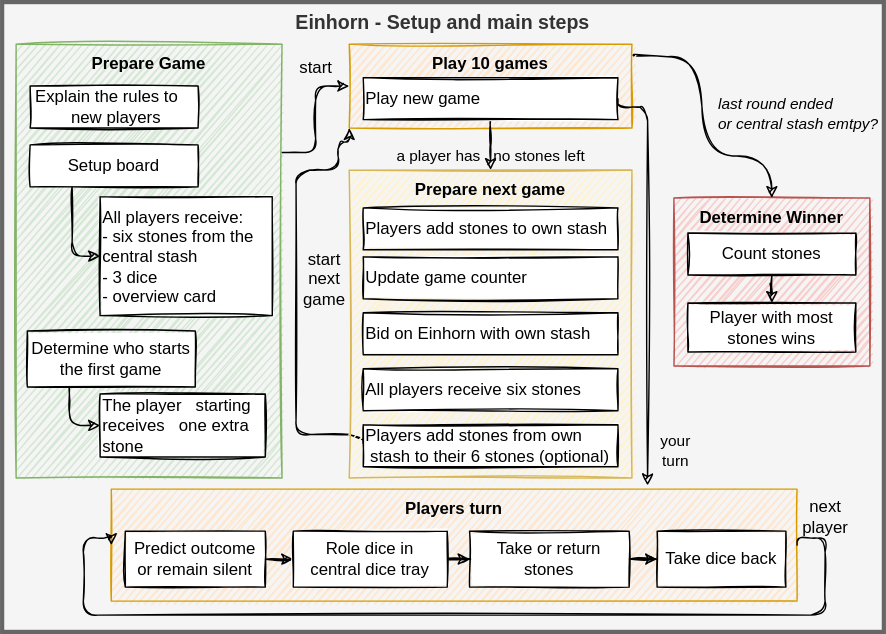
Above: make/games/wuerfeln.drawio.svg in sonj4ev4/FullByte.github.io (draw.io), before the change. Source tidied: cells renumbered, new cells last; positions are measured from the earlier drawing's top-left corner, leaving out a move shared by most shapes.
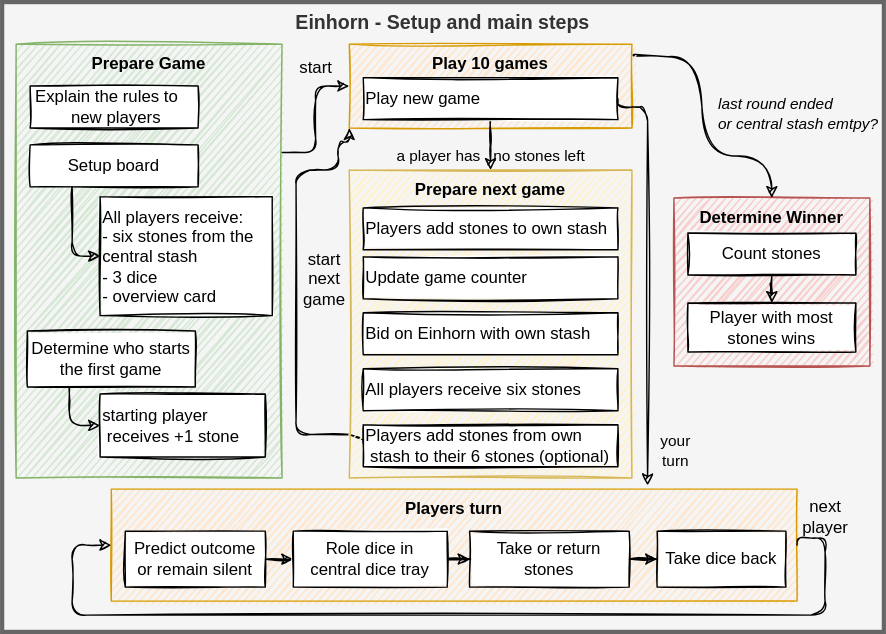
The same file after the commit.

Commit message:
Deployed 3f0766ab with MkDocs version: 1.2.2

Change to the diagram source:
```diff
@@ -64,7 +64,7 @@
     <mxCell id="15" value="Determine who starts the first game" style="whiteSpace=wrap;html=1;sketch=1;fontSize=12;align=center;" parent="1" vertex="1">
       <mxGeometry x="18" y="235" width="120" height="40" as="geometry" />
     </mxCell>
-    <mxCell id="16" value="&amp;nbsp;The player&amp;nbsp; &amp;nbsp;starting&amp;nbsp;&lt;span&gt;receives&amp;nbsp; &amp;nbsp;one&amp;nbsp;&lt;/span&gt;extra stone" style="whiteSpace=wrap;html=1;align=left;sketch=1;fontSize=12;" parent="1" vertex="1">
+    <mxCell id="16" value="&amp;nbsp;starting player&amp;nbsp; &amp;nbsp;receives&amp;nbsp;+1&amp;nbsp;stone" style="whiteSpace=wrap;html=1;align=left;sketch=1;fontSize=12;" parent="1" vertex="1">
       <mxGeometry x="70" y="280" width="118" height="45" as="geometry" />
     </mxCell>
     <mxCell id="17" value="&amp;nbsp;All players receive:&lt;br style=&quot;font-size: 12px&quot;&gt;&amp;nbsp; - six stones from the central stash&lt;br style=&quot;font-size: 12px&quot;&gt;&amp;nbsp; - 3 dice&lt;br&gt;&amp;nbsp; -&amp;nbsp;overview card" style="whiteSpace=wrap;html=1;align=left;sketch=1;fontSize=12;glass=0;" parent="1" vertex="1">
@@ -140,10 +140,11 @@
     <mxCell id="38" value="next &lt;br&gt;player" style="edgeStyle=orthogonalEdgeStyle;rounded=1;orthogonalLoop=1;jettySize=auto;html=1;entryX=0;entryY=0.5;entryDx=0;entryDy=0;exitX=1;exitY=0.5;exitDx=0;exitDy=0;sketch=1;fontSize=12;labelBackgroundColor=none;" parent="1" edge="1" source="22" target="22">
       <mxGeometry x="-0.93" y="-15" relative="1" as="geometry">
         <Array as="points">
+          <mxPoint x="568" y="383" />
           <mxPoint x="588" y="383" />
           <mxPoint x="588" y="438" />
-          <mxPoint x="58" y="438" />
-          <mxPoint x="58" y="383" />
+          <mxPoint x="50" y="438" />
+          <mxPoint x="50" y="388" />
         </Array>
         <mxPoint x="15" y="-15" as="offset" />
       </mxGeometry>
```
